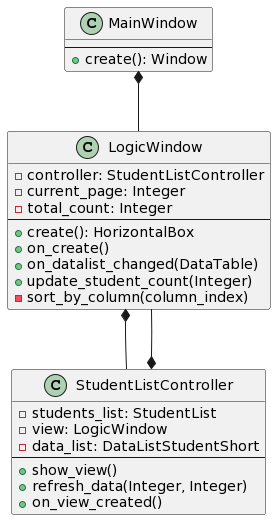
This is Diagrams/mvc/mvc.png from waasabi13/ruby_labs, a PlantUML export, as it was before one commit. Its diagram source:
```plantuml
@startuml

 MainWindow *-- LogicWindow
 LogicWindow *-- StudentListController
 StudentListController *-- LogicWindow

 class MainWindow {
     --
     +create(): Window
 }

 class LogicWindow {
     -controller: StudentListController
     -current_page: Integer
     -total_count: Integer
     --
     +create(): HorizontalBox
     +on_create()
     +on_datalist_changed(DataTable)
     +update_student_count(Integer)
     -sort_by_column(column_index)
 }

 class StudentListController {
     -students_list: StudentList
     -view: LogicWindow
     -data_list: DataListStudentShort
     --
     +show_view()
     +refresh_data(Integer, Integer)
     +on_view_created()
 }
@enduml
```
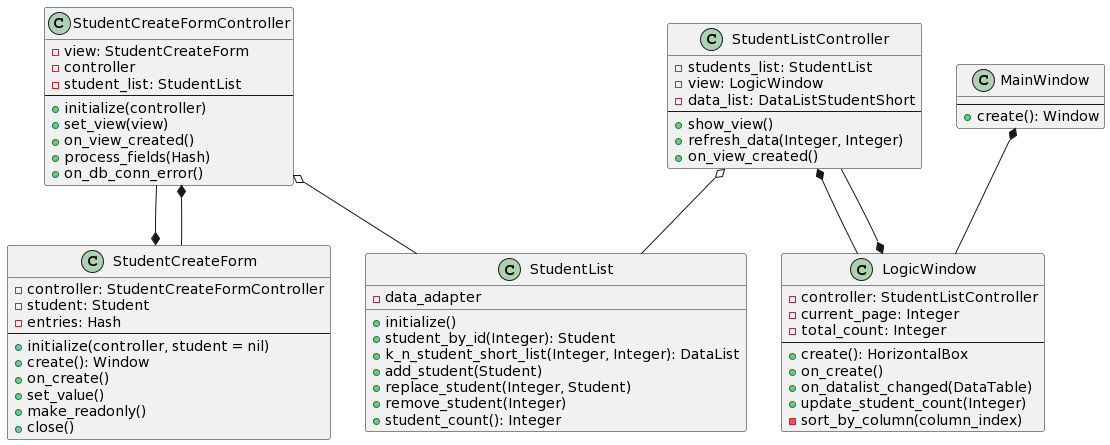
After the change.

Diff of the diagram source:
```diff
@@ -1,8 +1,33 @@
 @startuml
 
- MainWindow *-- LogicWindow
- LogicWindow *-- StudentListController
- StudentListController *-- LogicWindow
+
+
+
+
+class StudentCreateForm {
+    -controller: StudentCreateFormController
+    -student: Student
+    -entries: Hash
+    --
+    +initialize(controller, student = nil)
+    +create(): Window
+    +on_create()
+    +set_value()
+    +make_readonly()
+    +close()
+}
+
+class StudentCreateFormController {
+    -view: StudentCreateForm
+    -controller
+    -student_list: StudentList
+    --
+    +initialize(controller)
+    +set_view(view)
+    +on_view_created()
+    +process_fields(Hash)
+    +on_db_conn_error()
+}
 
  class MainWindow {
      --
@@ -30,4 +55,26 @@
      +refresh_data(Integer, Integer)
      +on_view_created()
  }
+
+
+class StudentList {
+-data_adapter
+     +initialize()
+     +student_by_id(Integer): Student
+     +k_n_student_short_list(Integer, Integer): DataList
+     +add_student(Student)
+     +replace_student(Integer, Student)
+     +remove_student(Integer)
+     +student_count(): Integer
+}
+
+StudentCreateForm *-u- StudentCreateFormController
+StudentCreateFormController *-- StudentCreateForm
+
+StudentCreateFormController o-- StudentList
+
+StudentListController o-- StudentList
+ MainWindow *-- LogicWindow
+ LogicWindow *-- StudentListController
+ StudentListController *-- LogicWindow
 @enduml
```
